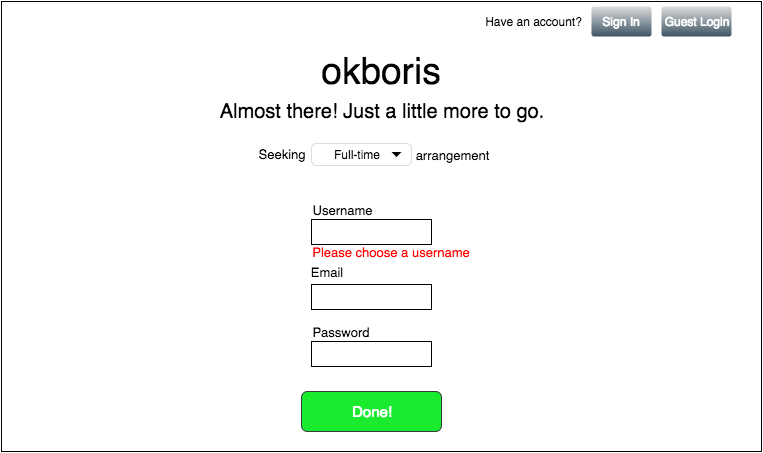
Earlier version of the draw.io export docs/wireframes/create_account.png (bgrogg/OkBoris). Source tidied: cells renumbered, new cells last; positions are measured from the earlier drawing's top-left corner, leaving out a move shared by most shapes. The source it was exported from:
```xml
<mxGraphModel background="#ffffff">
  <root>
    <mxCell id="0" />
    <mxCell id="1" parent="0" />
    <mxCell id="2" style="whiteSpace=wrap;html=1;labelBackgroundColor=none;fillColor=#FFFFFF;gradientColor=none;fontSize=13;fontColor=#000000;" parent="1" vertex="1">
      <mxGeometry width="760" height="450" as="geometry" />
    </mxCell>
    <mxCell id="3" value="okboris" style="text;html=1;strokeColor=none;fillColor=none;align=center;verticalAlign=middle;whiteSpace=wrap;labelBackgroundColor=none;fontSize=37;fontColor=#000000;" parent="1" vertex="1">
      <mxGeometry x="300" y="50" width="160" height="40" as="geometry" />
    </mxCell>
    <mxCell id="4" value="Have an account?" style="text;html=1;strokeColor=none;fillColor=none;align=center;verticalAlign=middle;whiteSpace=wrap;" parent="1" vertex="1">
      <mxGeometry x="480" y="10" width="105" height="20" as="geometry" />
    </mxCell>
    <mxCell id="5" value="Sign In" style="strokeWidth=1;html=1;shadow=0;dashed=0;shape=mxgraph.ios.iButton;strokeColor=#444444;fontColor=#ffffff;buttonText=;fontSize=12;fillColor=#dddddd;fillColor2=#3D5565;whiteSpace=wrap;align=center;" parent="1" vertex="1">
      <mxGeometry x="590" y="5" width="60" height="30" as="geometry" />
    </mxCell>
    <mxCell id="6" value="Guest Login" style="strokeWidth=1;html=1;shadow=0;dashed=0;shape=mxgraph.ios.iButton;strokeColor=#444444;fontColor=#ffffff;buttonText=;fontSize=12;fillColor=#dddddd;fillColor2=#3D5565;whiteSpace=wrap;align=center;" parent="1" vertex="1">
      <mxGeometry x="660" y="5" width="70" height="30" as="geometry" />
    </mxCell>
    <mxCell id="7" value="Almost there! Just a little more to go." style="text;html=1;strokeColor=none;fillColor=none;align=center;verticalAlign=middle;whiteSpace=wrap;fontSize=20;" parent="1" vertex="1">
      <mxGeometry x="135" y="100" width="490" height="20" as="geometry" />
    </mxCell>
    <mxCell id="8" value="Username" style="text;html=1;strokeColor=none;fillColor=none;align=center;verticalAlign=middle;whiteSpace=wrap;labelBackgroundColor=none;fontSize=13;fontColor=#000000;" parent="1" vertex="1">
      <mxGeometry x="310" y="198" width="60" height="20" as="geometry" />
    </mxCell>
    <mxCell id="9" style="whiteSpace=wrap;html=1;labelBackgroundColor=none;fillColor=#FFFFFF;gradientColor=none;fontSize=13;fontColor=#000000;" parent="1" vertex="1">
      <mxGeometry x="310" y="218" width="120" height="25" as="geometry" />
    </mxCell>
    <mxCell id="10" style="whiteSpace=wrap;html=1;labelBackgroundColor=none;fillColor=#FFFFFF;gradientColor=none;fontSize=13;fontColor=#000000;" parent="1" vertex="1">
      <mxGeometry x="310" y="283" width="120" height="25" as="geometry" />
    </mxCell>
    <mxCell id="11" value="Please choose a username" style="text;html=1;strokeColor=none;fillColor=none;align=center;verticalAlign=middle;whiteSpace=wrap;labelBackgroundColor=none;fontSize=13;fontColor=#FF0000;" parent="1" vertex="1">
      <mxGeometry x="310" y="240" width="160" height="20" as="geometry" />
    </mxCell>
    <mxCell id="12" value="Email" style="text;html=1;strokeColor=none;fillColor=none;align=center;verticalAlign=middle;whiteSpace=wrap;labelBackgroundColor=none;fontSize=13;fontColor=#000000;" parent="1" vertex="1">
      <mxGeometry x="310" y="260" width="30" height="20" as="geometry" />
    </mxCell>
    <mxCell id="13" style="whiteSpace=wrap;html=1;labelBackgroundColor=none;fillColor=#FFFFFF;gradientColor=none;fontSize=13;fontColor=#000000;" parent="1" vertex="1">
      <mxGeometry x="310" y="340" width="120" height="25" as="geometry" />
    </mxCell>
    <mxCell id="14" value="Password" style="text;html=1;strokeColor=none;fillColor=none;align=center;verticalAlign=middle;whiteSpace=wrap;labelBackgroundColor=none;fontSize=13;fontColor=#000000;" parent="1" vertex="1">
      <mxGeometry x="310" y="320" width="60" height="20" as="geometry" />
    </mxCell>
    <mxCell id="15" value="Done!" style="rounded=1;html=1;shadow=0;dashed=0;whiteSpace=wrap;fontSize=15;fillColor=#1AEB2F;align=center;strokeColor=#36393d;fontColor=#FFFFFF;labelBackgroundColor=none;" parent="1" vertex="1">
      <mxGeometry x="300" y="390" width="140" height="40" as="geometry" />
    </mxCell>
    <mxCell id="16" value="Full-time" style="html=1;shadow=0;dashed=0;shape=mxgraph.bootstrap.rrect;fontSize=12;rSize=5;strokeColor=#dddddd;spacingRight=10;perimeter=none;whiteSpace=wrap;fillColor=#ffffff;align=center;labelBackgroundColor=none;" parent="1" vertex="1">
      <mxGeometry x="310" y="142" width="100" height="22" as="geometry" />
    </mxCell>
    <mxCell id="17" style="shape=triangle;direction=south;fillColor=#000000;strokeColor=none;perimeter=none;" parent="16" vertex="1">
      <mxGeometry x="1" y="0.5" width="10" height="5" relative="1" as="geometry">
        <mxPoint x="-20" y="-2.5" as="offset" />
      </mxGeometry>
    </mxCell>
    <mxCell id="18" value="Seeking" style="text;html=1;strokeColor=none;fillColor=none;align=center;verticalAlign=middle;whiteSpace=wrap;labelBackgroundColor=none;fontSize=13;fontColor=#000000;" parent="1" vertex="1">
      <mxGeometry x="250" y="142" width="60" height="20" as="geometry" />
    </mxCell>
    <mxCell id="19" value="arrangement" style="text;html=1;strokeColor=none;fillColor=none;align=center;verticalAlign=middle;whiteSpace=wrap;labelBackgroundColor=none;fontSize=13;fontColor=#000000;" parent="1" vertex="1">
      <mxGeometry x="420" y="143" width="60" height="20" as="geometry" />
    </mxCell>
  </root>
</mxGraphModel>
```
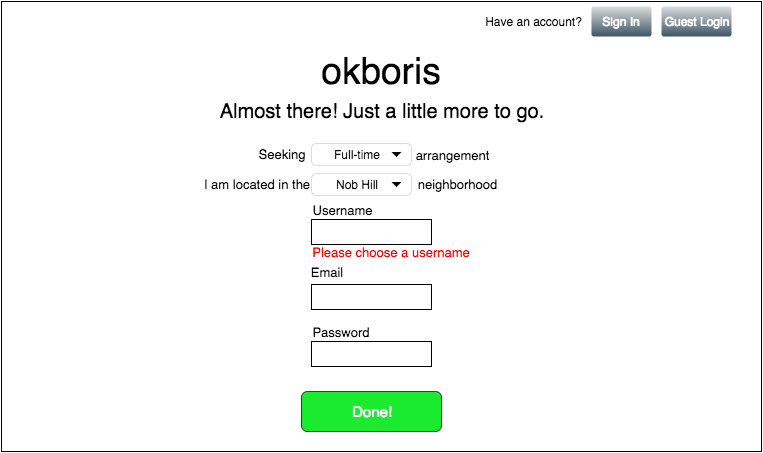
After the commit.

Commit message:
add create account wireframe

What changed in the source:
```diff
@@ -58,5 +58,19 @@
     <mxCell id="19" value="arrangement" style="text;html=1;strokeColor=none;fillColor=none;align=center;verticalAlign=middle;whiteSpace=wrap;labelBackgroundColor=none;fontSize=13;fontColor=#000000;" parent="1" vertex="1">
       <mxGeometry x="420" y="143" width="60" height="20" as="geometry" />
     </mxCell>
+    <mxCell id="20" value="I am located in the" style="text;html=1;strokeColor=none;fillColor=none;align=center;verticalAlign=middle;whiteSpace=wrap;labelBackgroundColor=none;fontSize=13;fontColor=#000000;" parent="1" vertex="1">
+      <mxGeometry x="200" y="172" width="110" height="20" as="geometry" />
+    </mxCell>
+    <mxCell id="21" value="Nob Hill" style="html=1;shadow=0;dashed=0;shape=mxgraph.bootstrap.rrect;fontSize=12;rSize=5;strokeColor=#dddddd;spacingRight=10;perimeter=none;whiteSpace=wrap;fillColor=#ffffff;align=center;labelBackgroundColor=none;" parent="1" vertex="1">
+      <mxGeometry x="310" y="172" width="100" height="22" as="geometry" />
+    </mxCell>
+    <mxCell id="22" style="shape=triangle;direction=south;fillColor=#000000;strokeColor=none;perimeter=none;" parent="21" vertex="1">
+      <mxGeometry x="1" y="0.5" width="10" height="5" relative="1" as="geometry">
+        <mxPoint x="-20" y="-2.5" as="offset" />
+      </mxGeometry>
+    </mxCell>
+    <mxCell id="23" value="neighborhood" style="text;html=1;strokeColor=none;fillColor=none;align=center;verticalAlign=middle;whiteSpace=wrap;labelBackgroundColor=none;fontSize=13;fontColor=#000000;" parent="1" vertex="1">
+      <mxGeometry x="415" y="172" width="80" height="20" as="geometry" />
+    </mxCell>
   </root>
 </mxGraphModel>
```
